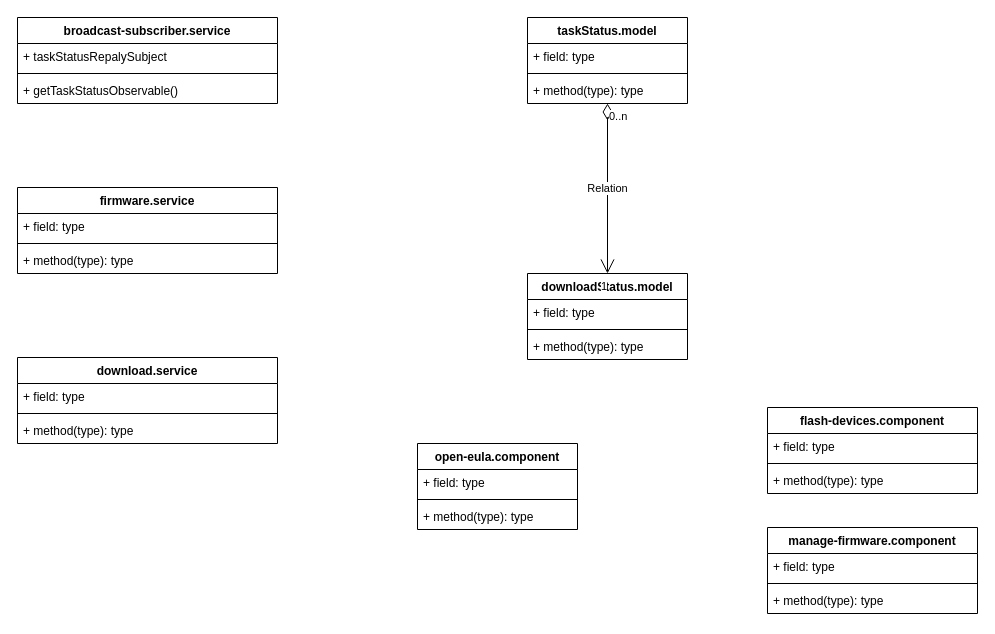
ten-ltw/diagrams keeps this draw.io diagram as download flow.drawio. Above is the earlier version. Source tidied: cells renumbered, new cells numbered last; positions are measured from the earlier drawing's top-left corner, leaving out a move shared by most shapes. Both pictures are drawn from the tidied source at 100%, with x=0, y=0 at pixel (17, 17).
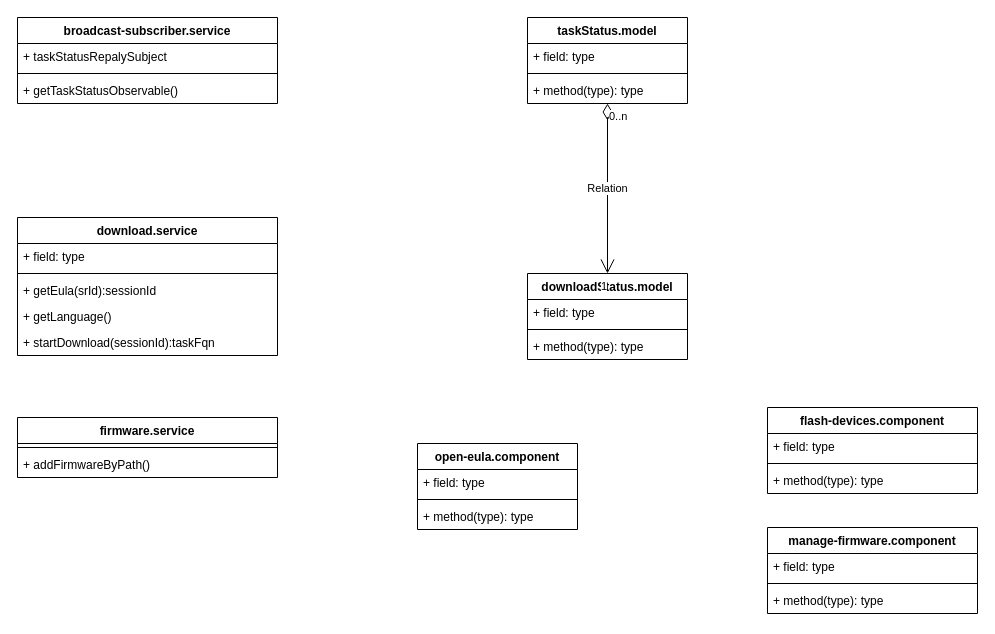
The same diagram, later.

What changed in the source:
```diff
@@
     <mxCell id="6" value="download.service" style="swimlane;fontStyle=1;align=center;verticalAlign=top;horizontal=1;startSize=26;" parent="1" vertex="1">
-      <mxGeometry y="340" width="260" height="86" as="geometry" />
+      <mxGeometry y="200" width="260" height="138" as="geometry" />
     </mxCell>
@@
-    <mxCell id="9" value="+ method(type): type" style="text;strokeColor=none;fillColor=none;align=left;verticalAlign=top;spacingLeft=4;spacingRight=4;overflow=hidden;" parent="6" vertex="1">
+    <mxCell id="9" value="+ getEula(srId):sessionId" style="text;strokeColor=none;fillColor=none;align=left;verticalAlign=top;spacingLeft=4;spacingRight=4;overflow=hidden;" parent="6" vertex="1">
       <mxGeometry y="60" width="260" height="26" as="geometry" />
     </mxCell>
+    <mxCell id="37" value="+ getLanguage()" style="text;strokeColor=none;fillColor=none;align=left;verticalAlign=top;spacingLeft=4;spacingRight=4;overflow=hidden;" parent="6" vertex="1">
+      <mxGeometry y="86" width="260" height="26" as="geometry" />
+    </mxCell>
+    <mxCell id="38" value="+ startDownload(sessionId):taskFqn" style="text;strokeColor=none;fillColor=none;align=left;verticalAlign=top;spacingLeft=4;spacingRight=4;overflow=hidden;" parent="6" vertex="1">
+      <mxGeometry y="112" width="260" height="26" as="geometry" />
+    </mxCell>
     <mxCell id="10" value="firmware.service" style="swimlane;fontStyle=1;align=center;verticalAlign=top;horizontal=1;startSize=26;" parent="1" vertex="1">
-      <mxGeometry y="170" width="260" height="86" as="geometry" />
+      <mxGeometry y="400" width="260" height="60" as="geometry" />
     </mxCell>
-    <mxCell id="11" value="+ field: type" style="text;strokeColor=none;fillColor=none;align=left;verticalAlign=top;spacingLeft=4;spacingRight=4;overflow=hidden;" parent="10" vertex="1">
-      <mxGeometry y="26" width="260" height="26" as="geometry" />
-    </mxCell>
     <mxCell id="12" style="line;strokeWidth=1;fillColor=none;align=left;verticalAlign=middle;spacingTop=-1;spacingLeft=3;spacingRight=3;labelPosition=right;" parent="10" vertex="1">
-      <mxGeometry y="52" width="260" height="8" as="geometry" />
+      <mxGeometry y="26" width="260" height="8" as="geometry" />
     </mxCell>
-    <mxCell id="13" value="+ method(type): type" style="text;strokeColor=none;fillColor=none;align=left;verticalAlign=top;spacingLeft=4;spacingRight=4;overflow=hidden;" parent="10" vertex="1">
-      <mxGeometry y="60" width="260" height="26" as="geometry" />
+    <mxCell id="13" value="+ addFirmwareByPath()" style="text;strokeColor=none;fillColor=none;align=left;verticalAlign=top;spacingLeft=4;spacingRight=4;overflow=hidden;" parent="10" vertex="1">
+      <mxGeometry y="34" width="260" height="26" as="geometry" />
     </mxCell>
```
